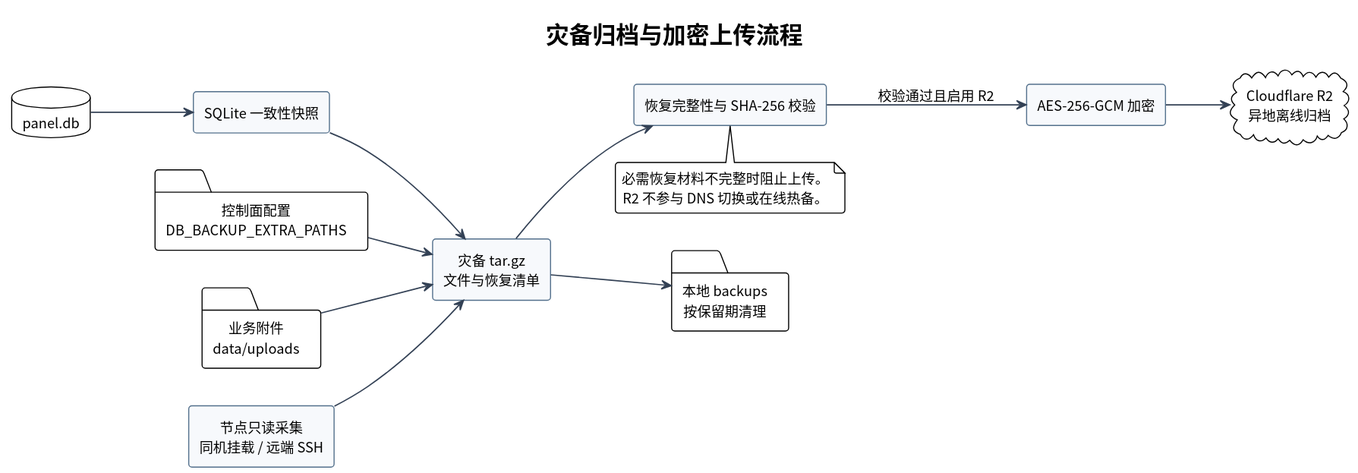
This is docs/diagrams/disaster-backup-flow.svg from i-zrhe2016/ai-routing-panel, a PlantUML export, as it was before one commit.
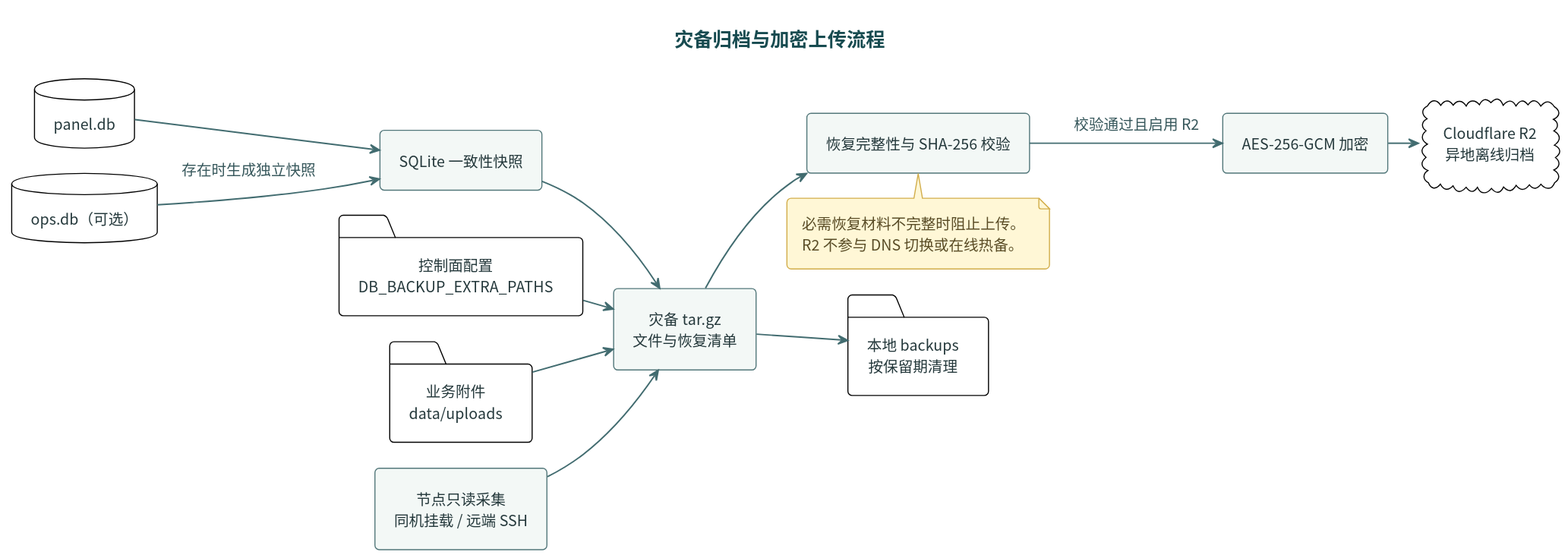
After the commit.

What changed in the source:
```diff
@@ -3,6 +3,7 @@
 title 灾备归档与加密上传流程
 left to right direction
 database "panel.db" as db
+database "ops.db（可选）" as opsdb
 component "SQLite 一致性快照" as snapshot
 folder "控制面配置\nDB_BACKUP_EXTRA_PATHS" as config
 folder "业务附件\ndata/uploads" as uploads
@@ -13,6 +14,7 @@
 cloud "Cloudflare R2\n异地离线归档" as r2
 folder "本地 backups\n按保留期清理" as local
 db --> snapshot
+opsdb --> snapshot : 存在时生成独立快照
 snapshot --> bundle
 config --> bundle
 uploads --> bundle
```
